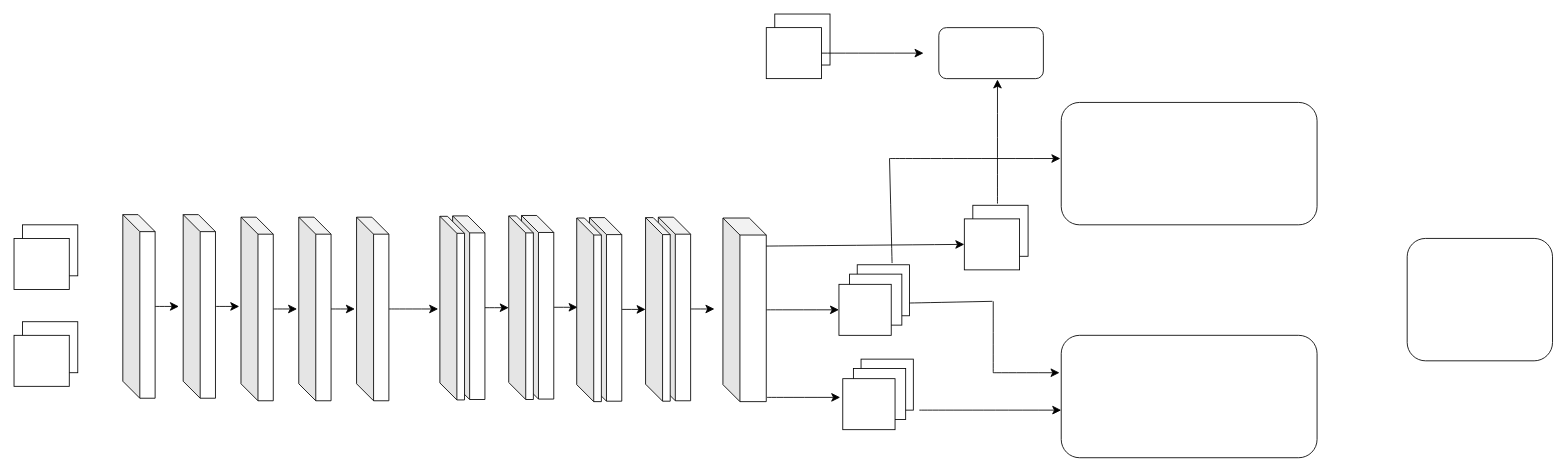
Before: Spatina Net.drawio in Yingda-Yu/Spartina-Earth, a draw.io diagram. Source tidied: cells renumbered, new cells numbered last; positions are measured from the earlier drawing's top-left corner, leaving out a move shared by most shapes. Both pictures are drawn from the tidied source at 85%, with x=0, y=0 at pixel (14, 14).
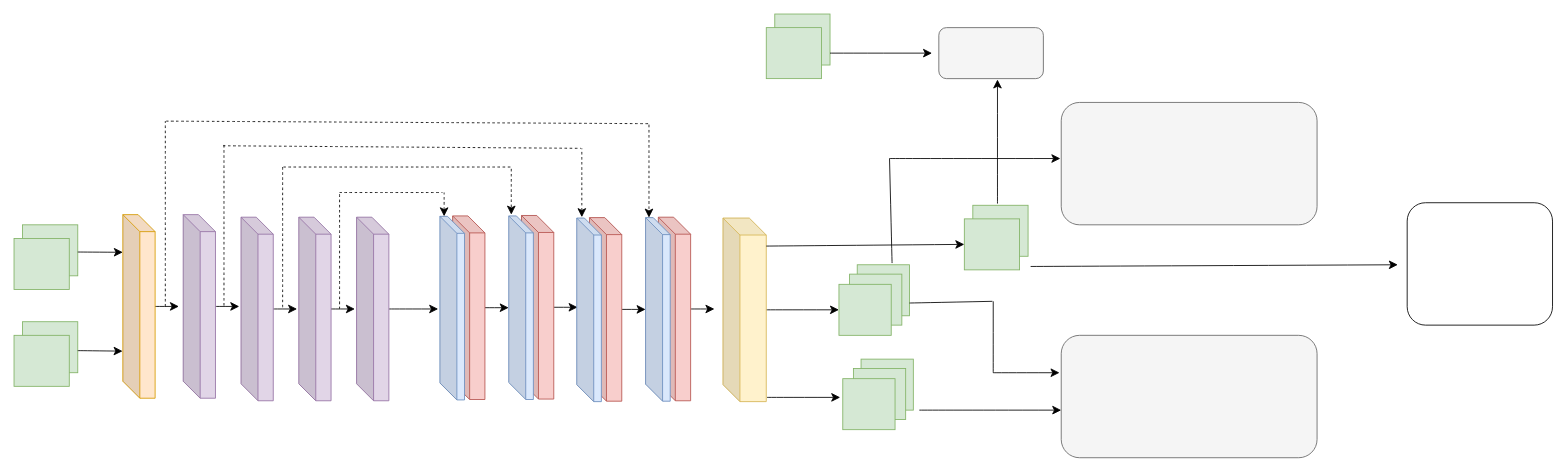
After the change.

What changed in the source:
```diff
@@
-    <mxCell id="2" style="whiteSpace=wrap;html=1;" parent="1" vertex="1">
+    <mxCell id="2" style="whiteSpace=wrap;html=1;fillColor=#d5e8d4;strokeColor=#82b366;" parent="1" vertex="1">
       <mxGeometry x="992" y="295" width="61.5" height="60" as="geometry" />
     </mxCell>
@@
-    <mxCell id="4" style="shape=cube;whiteSpace=wrap;html=1;boundedLbl=1;backgroundOutline=1;darkOpacity=0.05;darkOpacity2=0.1;" parent="1" vertex="1">
+    <mxCell id="4" style="shape=cube;whiteSpace=wrap;html=1;boundedLbl=1;backgroundOutline=1;darkOpacity=0.05;darkOpacity2=0.1;fillColor=#ffe6cc;strokeColor=#d79b00;" parent="1" vertex="1">
       <mxGeometry x="128" y="236" width="38" height="216" as="geometry" />
     </mxCell>
-    <mxCell id="5" style="rounded=0;whiteSpace=wrap;html=1;" parent="1" vertex="1">
+    <mxCell id="5" style="rounded=0;whiteSpace=wrap;html=1;fillColor=#d5e8d4;strokeColor=#82b366;" parent="1" vertex="1">
       <mxGeometry x="10" y="362" width="65" height="60" as="geometry" />
     </mxCell>
@@
-    <mxCell id="7" style="shape=cube;whiteSpace=wrap;html=1;boundedLbl=1;backgroundOutline=1;darkOpacity=0.05;darkOpacity2=0.1;" parent="1" vertex="1">
+    <mxCell id="7" style="shape=cube;whiteSpace=wrap;html=1;boundedLbl=1;backgroundOutline=1;darkOpacity=0.05;darkOpacity2=0.1;fillColor=#e1d5e7;strokeColor=#9673a6;" parent="1" vertex="1">
       <mxGeometry x="199" y="236" width="38" height="216" as="geometry" />
     </mxCell>
@@
-    <mxCell id="9" style="shape=cube;whiteSpace=wrap;html=1;boundedLbl=1;backgroundOutline=1;darkOpacity=0.05;darkOpacity2=0.1;" parent="1" vertex="1">
+    <mxCell id="9" style="shape=cube;whiteSpace=wrap;html=1;boundedLbl=1;backgroundOutline=1;darkOpacity=0.05;darkOpacity2=0.1;fillColor=#e1d5e7;strokeColor=#9673a6;" parent="1" vertex="1">
       <mxGeometry x="267" y="239" width="38" height="216" as="geometry" />
     </mxCell>
@@
-    <mxCell id="11" style="shape=cube;whiteSpace=wrap;html=1;boundedLbl=1;backgroundOutline=1;darkOpacity=0.05;darkOpacity2=0.1;" parent="1" vertex="1">
+    <mxCell id="11" style="shape=cube;whiteSpace=wrap;html=1;boundedLbl=1;backgroundOutline=1;darkOpacity=0.05;darkOpacity2=0.1;fillColor=#e1d5e7;strokeColor=#9673a6;" parent="1" vertex="1">
       <mxGeometry x="335" y="239" width="38" height="216" as="geometry" />
     </mxCell>
@@
-    <mxCell id="13" style="shape=cube;whiteSpace=wrap;html=1;boundedLbl=1;backgroundOutline=1;darkOpacity=0.05;darkOpacity2=0.1;" parent="1" vertex="1">
+    <mxCell id="13" style="shape=cube;whiteSpace=wrap;html=1;boundedLbl=1;backgroundOutline=1;darkOpacity=0.05;darkOpacity2=0.1;fillColor=#e1d5e7;strokeColor=#9673a6;" parent="1" vertex="1">
       <mxGeometry x="403" y="239" width="38" height="216" as="geometry" />
     </mxCell>
@@
-    <mxCell id="15" style="shape=cube;whiteSpace=wrap;html=1;boundedLbl=1;backgroundOutline=1;darkOpacity=0.05;darkOpacity2=0.1;" parent="1" vertex="1">
+    <mxCell id="15" style="shape=cube;whiteSpace=wrap;html=1;boundedLbl=1;backgroundOutline=1;darkOpacity=0.05;darkOpacity2=0.1;fillColor=#f8cecc;strokeColor=#b85450;" parent="1" vertex="1">
       <mxGeometry x="516" y="237.5" width="38" height="216" as="geometry" />
     </mxCell>
-    <mxCell id="16" style="shape=cube;whiteSpace=wrap;html=1;boundedLbl=1;backgroundOutline=1;darkOpacity=0.05;darkOpacity2=0.1;" parent="1" vertex="1">
+    <mxCell id="16" style="shape=cube;whiteSpace=wrap;html=1;boundedLbl=1;backgroundOutline=1;darkOpacity=0.05;darkOpacity2=0.1;fillColor=#dae8fc;strokeColor=#6c8ebf;" parent="1" vertex="1">
       <mxGeometry x="501" y="238" width="29" height="216" as="geometry" />
     </mxCell>
@@
-    <mxCell id="18" style="shape=cube;whiteSpace=wrap;html=1;boundedLbl=1;backgroundOutline=1;darkOpacity=0.05;darkOpacity2=0.1;" parent="1" vertex="1">
+    <mxCell id="18" style="shape=cube;whiteSpace=wrap;html=1;boundedLbl=1;backgroundOutline=1;darkOpacity=0.05;darkOpacity2=0.1;fillColor=#f8cecc;strokeColor=#b85450;" parent="1" vertex="1">
       <mxGeometry x="597" y="237" width="38" height="216" as="geometry" />
     </mxCell>
-    <mxCell id="19" style="shape=cube;whiteSpace=wrap;html=1;boundedLbl=1;backgroundOutline=1;darkOpacity=0.05;darkOpacity2=0.1;" parent="1" vertex="1">
+    <mxCell id="19" style="shape=cube;whiteSpace=wrap;html=1;boundedLbl=1;backgroundOutline=1;darkOpacity=0.05;darkOpacity2=0.1;fillColor=#dae8fc;strokeColor=#6c8ebf;" parent="1" vertex="1">
       <mxGeometry x="582" y="237.5" width="29" height="216" as="geometry" />
     </mxCell>
@@
-    <mxCell id="21" style="shape=cube;whiteSpace=wrap;html=1;boundedLbl=1;backgroundOutline=1;darkOpacity=0.05;darkOpacity2=0.1;" parent="1" vertex="1">
+    <mxCell id="21" style="shape=cube;whiteSpace=wrap;html=1;boundedLbl=1;backgroundOutline=1;darkOpacity=0.05;darkOpacity2=0.1;fillColor=#f8cecc;strokeColor=#b85450;" parent="1" vertex="1">
       <mxGeometry x="677" y="239.5" width="38" height="216" as="geometry" />
     </mxCell>
-    <mxCell id="22" style="shape=cube;whiteSpace=wrap;html=1;boundedLbl=1;backgroundOutline=1;darkOpacity=0.05;darkOpacity2=0.1;" parent="1" vertex="1">
+    <mxCell id="22" style="shape=cube;whiteSpace=wrap;html=1;boundedLbl=1;backgroundOutline=1;darkOpacity=0.05;darkOpacity2=0.1;fillColor=#dae8fc;strokeColor=#6c8ebf;" parent="1" vertex="1">
       <mxGeometry x="662" y="240" width="29" height="216" as="geometry" />
     </mxCell>
@@
-    <mxCell id="24" style="shape=cube;whiteSpace=wrap;html=1;boundedLbl=1;backgroundOutline=1;darkOpacity=0.05;darkOpacity2=0.1;" parent="1" vertex="1">
+    <mxCell id="24" style="shape=cube;whiteSpace=wrap;html=1;boundedLbl=1;backgroundOutline=1;darkOpacity=0.05;darkOpacity2=0.1;fillColor=#f8cecc;strokeColor=#b85450;" parent="1" vertex="1">
       <mxGeometry x="758" y="239" width="38" height="216" as="geometry" />
     </mxCell>
-    <mxCell id="25" style="shape=cube;whiteSpace=wrap;html=1;boundedLbl=1;backgroundOutline=1;darkOpacity=0.05;darkOpacity2=0.1;" parent="1" vertex="1">
+    <mxCell id="25" style="shape=cube;whiteSpace=wrap;html=1;boundedLbl=1;backgroundOutline=1;darkOpacity=0.05;darkOpacity2=0.1;fillColor=#dae8fc;strokeColor=#6c8ebf;" parent="1" vertex="1">
       <mxGeometry x="743" y="239.5" width="29" height="216" as="geometry" />
     </mxCell>
@@
-    <mxCell id="27" style="shape=cube;whiteSpace=wrap;html=1;boundedLbl=1;backgroundOutline=1;darkOpacity=0.05;darkOpacity2=0.1;" parent="1" vertex="1">
+    <mxCell id="27" style="shape=cube;whiteSpace=wrap;html=1;boundedLbl=1;backgroundOutline=1;darkOpacity=0.05;darkOpacity2=0.1;fillColor=#fff2cc;strokeColor=#d6b656;" parent="1" vertex="1">
       <mxGeometry x="834" y="240" width="51" height="216" as="geometry" />
     </mxCell>
-    <mxCell id="28" style="whiteSpace=wrap;html=1;" parent="1" vertex="1">
+    <mxCell id="28" style="whiteSpace=wrap;html=1;fillColor=#d5e8d4;strokeColor=#82b366;" parent="1" vertex="1">
       <mxGeometry x="983" y="306" width="61.5" height="60" as="geometry" />
     </mxCell>
-    <mxCell id="29" style="whiteSpace=wrap;html=1;" parent="1" vertex="1">
+    <mxCell id="29" style="whiteSpace=wrap;html=1;fillColor=#d5e8d4;strokeColor=#82b366;" parent="1" vertex="1">
       <mxGeometry x="970.5" y="318" width="61.5" height="60" as="geometry" />
     </mxCell>
-    <mxCell id="30" style="whiteSpace=wrap;html=1;" parent="1" vertex="1">
+    <mxCell id="30" style="whiteSpace=wrap;html=1;fillColor=#d5e8d4;strokeColor=#82b366;" parent="1" vertex="1">
       <mxGeometry x="996.5" y="406" width="61.5" height="60" as="geometry" />
     </mxCell>
-    <mxCell id="31" style="whiteSpace=wrap;html=1;" parent="1" vertex="1">
+    <mxCell id="31" style="whiteSpace=wrap;html=1;fillColor=#d5e8d4;strokeColor=#82b366;" parent="1" vertex="1">
       <mxGeometry x="987.5" y="417" width="61.5" height="60" as="geometry" />
     </mxCell>
-    <mxCell id="32" style="whiteSpace=wrap;html=1;" parent="1" vertex="1">
+    <mxCell id="32" style="whiteSpace=wrap;html=1;fillColor=#d5e8d4;strokeColor=#82b366;" parent="1" vertex="1">
       <mxGeometry x="975" y="429" width="61.5" height="60" as="geometry" />
     </mxCell>
@@
-    <mxCell id="34" style="rounded=1;whiteSpace=wrap;html=1;" parent="1" vertex="1">
+    <mxCell id="34" style="rounded=1;whiteSpace=wrap;html=1;fillColor=#f5f5f5;fontColor=#333333;strokeColor=#666666;" parent="1" vertex="1">
       <mxGeometry x="1232" y="104" width="301" height="144" as="geometry" />
     </mxCell>
-    <mxCell id="35" style="rounded=1;whiteSpace=wrap;html=1;" parent="1" vertex="1">
+    <mxCell id="35" style="rounded=1;whiteSpace=wrap;html=1;fillColor=#f5f5f5;fontColor=#333333;strokeColor=#666666;" parent="1" vertex="1">
       <mxGeometry x="1232" y="378" width="301" height="144" as="geometry" />
     </mxCell>
     <mxCell id="36" style="rounded=1;whiteSpace=wrap;html=1;" parent="1" vertex="1">
-      <mxGeometry x="1639" y="264" width="171" height="144" as="geometry" />
+      <mxGeometry x="1639" y="222" width="171" height="144" as="geometry" />
     </mxCell>
-    <mxCell id="37" style="rounded=0;whiteSpace=wrap;html=1;" parent="1" vertex="1">
+    <mxCell id="37" style="rounded=0;whiteSpace=wrap;html=1;fillColor=#d5e8d4;strokeColor=#82b366;" parent="1" vertex="1">
       <mxGeometry y="378" width="65" height="60" as="geometry" />
     </mxCell>
-    <mxCell id="38" style="rounded=0;whiteSpace=wrap;html=1;" parent="1" vertex="1">
+    <mxCell id="38" style="rounded=0;whiteSpace=wrap;html=1;fillColor=#d5e8d4;strokeColor=#82b366;" parent="1" vertex="1">
       <mxGeometry x="10" y="248" width="65" height="60" as="geometry" />
     </mxCell>
-    <mxCell id="39" style="rounded=0;whiteSpace=wrap;html=1;" parent="1" vertex="1">
+    <mxCell id="39" style="rounded=0;whiteSpace=wrap;html=1;fillColor=#d5e8d4;strokeColor=#82b366;" parent="1" vertex="1">
       <mxGeometry y="264" width="65" height="60" as="geometry" />
     </mxCell>
-    <mxCell id="40" style="rounded=0;whiteSpace=wrap;html=1;" parent="1" vertex="1">
+    <mxCell id="40" style="rounded=0;whiteSpace=wrap;html=1;fillColor=#d5e8d4;strokeColor=#82b366;" parent="1" vertex="1">
       <mxGeometry x="895" width="65" height="60" as="geometry" />
     </mxCell>
-    <mxCell id="41" style="edgeStyle=none;curved=1;rounded=0;jettySize=auto;html=1;fontSize=12;startSize=8;endSize=8;" parent="1" edge="1" source="42">
+    <mxCell id="41" style="edgeStyle=none;curved=1;rounded=0;orthogonalLoop=1;jettySize=auto;html=1;fontSize=12;startSize=8;endSize=8;" parent="1" edge="1">
       <mxGeometry relative="1" as="geometry">
-        <mxPoint x="1070" y="46" as="targetPoint" />
+        <mxPoint x="960" y="46" as="sourcePoint" />
+        <mxPoint x="1080" y="46" as="targetPoint" />
       </mxGeometry>
     </mxCell>
-    <mxCell id="42" style="rounded=0;whiteSpace=wrap;html=1;" parent="1" vertex="1">
+    <mxCell id="42" style="rounded=0;whiteSpace=wrap;html=1;fillColor=#d5e8d4;strokeColor=#82b366;" parent="1" vertex="1">
       <mxGeometry x="885" y="16" width="65" height="60" as="geometry" />
     </mxCell>
-    <mxCell id="43" style="rounded=0;whiteSpace=wrap;html=1;" parent="1" vertex="1">
+    <mxCell id="43" style="rounded=0;whiteSpace=wrap;html=1;fillColor=#d5e8d4;strokeColor=#82b366;" parent="1" vertex="1">
       <mxGeometry x="1128" y="225" width="65" height="60" as="geometry" />
     </mxCell>
-    <mxCell id="44" style="rounded=0;whiteSpace=wrap;html=1;" parent="1" vertex="1">
+    <mxCell id="44" style="rounded=0;whiteSpace=wrap;html=1;fillColor=#d5e8d4;strokeColor=#82b366;" parent="1" vertex="1">
       <mxGeometry x="1118" y="241" width="65" height="60" as="geometry" />
     </mxCell>
@@
-    <mxCell id="52" style="rounded=1;whiteSpace=wrap;html=1;" parent="1" vertex="1">
+    <mxCell id="52" style="rounded=1;whiteSpace=wrap;html=1;fillColor=#f5f5f5;fontColor=#333333;strokeColor=#666666;" parent="1" vertex="1">
       <mxGeometry x="1088" y="16" width="123" height="60" as="geometry" />
     </mxCell>
@@
+    <mxCell id="54" style="endArrow=none;dashed=1;html=1;rounded=0;fontSize=12;startSize=8;endSize=8;curved=1;" parent="1" edge="1">
+      <mxGeometry relative="1" as="geometry">
+        <mxPoint x="178" y="344" as="sourcePoint" />
+        <mxPoint x="178" y="126" as="targetPoint" />
+      </mxGeometry>
+    </mxCell>
+    <mxCell id="55" style="endArrow=none;dashed=1;html=1;rounded=0;fontSize=12;startSize=8;endSize=8;curved=1;" parent="1" edge="1">
+      <mxGeometry relative="1" as="geometry">
+        <mxPoint x="247" y="343" as="sourcePoint" />
+        <mxPoint x="247" y="153" as="targetPoint" />
+      </mxGeometry>
+    </mxCell>
+    <mxCell id="56" style="endArrow=none;dashed=1;html=1;rounded=0;fontSize=12;startSize=8;endSize=8;curved=1;" parent="1" edge="1">
+      <mxGeometry relative="1" as="geometry">
+        <mxPoint x="316" y="345" as="sourcePoint" />
+        <mxPoint x="316" y="178" as="targetPoint" />
+      </mxGeometry>
+    </mxCell>
+    <mxCell id="57" style="endArrow=none;dashed=1;html=1;rounded=0;fontSize=12;startSize=8;endSize=8;curved=1;" parent="1" edge="1">
+      <mxGeometry relative="1" as="geometry">
+        <mxPoint x="383" y="347" as="sourcePoint" />
+        <mxPoint x="383" y="212" as="targetPoint" />
+      </mxGeometry>
+    </mxCell>
+    <mxCell id="58" style="endArrow=none;dashed=1;html=1;rounded=0;fontSize=12;startSize=8;endSize=8;curved=1;" parent="1" edge="1">
+      <mxGeometry relative="1" as="geometry">
+        <mxPoint x="179" y="126" as="sourcePoint" />
+        <mxPoint x="747" y="129" as="targetPoint" />
+      </mxGeometry>
+    </mxCell>
+    <mxCell id="59" style="endArrow=none;dashed=1;html=1;rounded=0;fontSize=12;startSize=8;endSize=8;curved=1;" parent="1" edge="1">
+      <mxGeometry relative="1" as="geometry">
+        <mxPoint x="246" y="155" as="sourcePoint" />
+        <mxPoint x="667" y="158" as="targetPoint" />
+      </mxGeometry>
+    </mxCell>
+    <mxCell id="60" style="endArrow=none;dashed=1;html=1;rounded=0;fontSize=12;startSize=8;endSize=8;curved=1;" parent="1" edge="1">
+      <mxGeometry relative="1" as="geometry">
+        <mxPoint x="317" y="180" as="sourcePoint" />
+        <mxPoint x="585" y="180" as="targetPoint" />
+      </mxGeometry>
+    </mxCell>
+    <mxCell id="61" style="endArrow=none;dashed=1;html=1;rounded=0;fontSize=12;startSize=8;endSize=8;curved=1;" parent="1" edge="1">
+      <mxGeometry relative="1" as="geometry">
+        <mxPoint x="383" y="210" as="sourcePoint" />
+        <mxPoint x="504" y="210" as="targetPoint" />
+      </mxGeometry>
+    </mxCell>
+    <mxCell id="62" style="endArrow=none;dashed=1;html=1;rounded=0;fontSize=12;startSize=8;endSize=8;curved=1;" parent="1" edge="1">
+      <mxGeometry relative="1" as="geometry">
+        <mxPoint x="506" y="236" as="sourcePoint" />
+        <mxPoint x="506" y="210" as="targetPoint" />
+      </mxGeometry>
+    </mxCell>
+    <mxCell id="63" style="endArrow=none;dashed=1;html=1;rounded=0;fontSize=12;startSize=8;endSize=8;curved=1;" parent="1" edge="1">
+      <mxGeometry relative="1" as="geometry">
+        <mxPoint x="585" y="233" as="sourcePoint" />
+        <mxPoint x="585" y="180" as="targetPoint" />
+      </mxGeometry>
+    </mxCell>
+    <mxCell id="64" style="endArrow=none;dashed=1;html=1;rounded=0;fontSize=12;startSize=8;endSize=8;curved=1;" parent="1" edge="1">
+      <mxGeometry relative="1" as="geometry">
+        <mxPoint x="668" y="237" as="sourcePoint" />
+        <mxPoint x="668" y="158" as="targetPoint" />
+      </mxGeometry>
+    </mxCell>
+    <mxCell id="65" style="endArrow=none;dashed=1;html=1;rounded=0;fontSize=12;startSize=8;endSize=8;curved=1;" parent="1" edge="1">
+      <mxGeometry relative="1" as="geometry">
+        <mxPoint x="747" y="235" as="sourcePoint" />
+        <mxPoint x="747" y="128" as="targetPoint" />
+      </mxGeometry>
+    </mxCell>
+    <mxCell id="66" style="endArrow=classic;html=1;rounded=0;fontSize=12;startSize=8;endSize=8;curved=1;entryX=0.172;entryY=0;entryDx=0;entryDy=0;entryPerimeter=0;" parent="1" edge="1" target="16">
+      <mxGeometry relative="1" as="geometry">
+        <mxPoint x="506" y="230" as="sourcePoint" />
+      </mxGeometry>
+    </mxCell>
+    <mxCell id="67" style="endArrow=classic;html=1;rounded=0;fontSize=12;startSize=8;endSize=8;curved=1;entryX=0.172;entryY=0;entryDx=0;entryDy=0;entryPerimeter=0;" parent="1" edge="1">
+      <mxGeometry relative="1" as="geometry">
+        <mxPoint x="585" y="228" as="sourcePoint" />
+        <mxPoint x="585" y="236" as="targetPoint" />
+      </mxGeometry>
+    </mxCell>
+    <mxCell id="68" style="endArrow=classic;html=1;rounded=0;fontSize=12;startSize=8;endSize=8;curved=1;entryX=0.172;entryY=0;entryDx=0;entryDy=0;entryPerimeter=0;" parent="1" edge="1">
+      <mxGeometry relative="1" as="geometry">
+        <mxPoint x="668" y="231" as="sourcePoint" />
+        <mxPoint x="668" y="239" as="targetPoint" />
+      </mxGeometry>
+    </mxCell>
+    <mxCell id="69" style="endArrow=classic;html=1;rounded=0;fontSize=12;startSize=8;endSize=8;curved=1;entryX=0.172;entryY=0;entryDx=0;entryDy=0;entryPerimeter=0;" parent="1" edge="1">
+      <mxGeometry relative="1" as="geometry">
+        <mxPoint x="747" y="231.5" as="sourcePoint" />
+        <mxPoint x="747" y="239.5" as="targetPoint" />
+      </mxGeometry>
+    </mxCell>
+    <mxCell id="70" style="edgeStyle=none;curved=1;rounded=0;orthogonalLoop=1;jettySize=auto;html=1;fontSize=12;startSize=8;endSize=8;" parent="1" edge="1">
+      <mxGeometry relative="1" as="geometry">
+        <mxPoint x="1196" y="297" as="sourcePoint" />
+        <mxPoint x="1628" y="295" as="targetPoint" />
+      </mxGeometry>
+    </mxCell>
+    <mxCell id="71" style="edgeStyle=none;curved=1;rounded=0;orthogonalLoop=1;jettySize=auto;html=1;fontSize=12;startSize=8;endSize=8;exitX=1;exitY=0.6;exitDx=0;exitDy=0;exitPerimeter=0;entryX=-0.008;entryY=0.753;entryDx=0;entryDy=0;entryPerimeter=0;" parent="1" edge="1">
+      <mxGeometry relative="1" as="geometry">
+        <mxPoint x="75" y="396" as="sourcePoint" />
+        <mxPoint x="127.7" y="396.6" as="targetPoint" />
+      </mxGeometry>
+    </mxCell>
+    <mxCell id="72" style="edgeStyle=none;curved=1;rounded=0;orthogonalLoop=1;jettySize=auto;html=1;fontSize=12;startSize=8;endSize=8;exitX=1;exitY=0.5;exitDx=0;exitDy=0;entryX=-0.001;entryY=0.196;entryDx=0;entryDy=0;entryPerimeter=0;" parent="1" edge="1">
+      <mxGeometry relative="1" as="geometry">
+        <mxPoint x="75" y="280" as="sourcePoint" />
+        <mxPoint x="128" y="280.3" as="targetPoint" />
+      </mxGeometry>
+    </mxCell>
```
